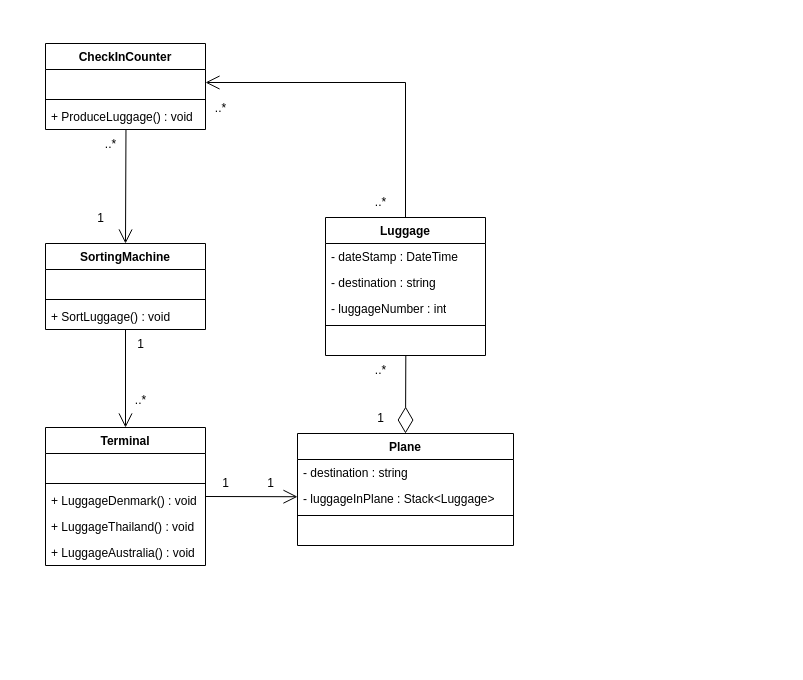
Above: Diagram/BagageSorteringsSystem.drawio in Danman05/Bagagesorteringssystem (draw.io), before the change. Source tidied: cells renumbered, new cells numbered last; positions are measured from the earlier drawing's top-left corner, leaving out a move shared by most shapes. Both pictures are drawn from the tidied source at 100%, with x=0, y=0 at pixel (45, 43).
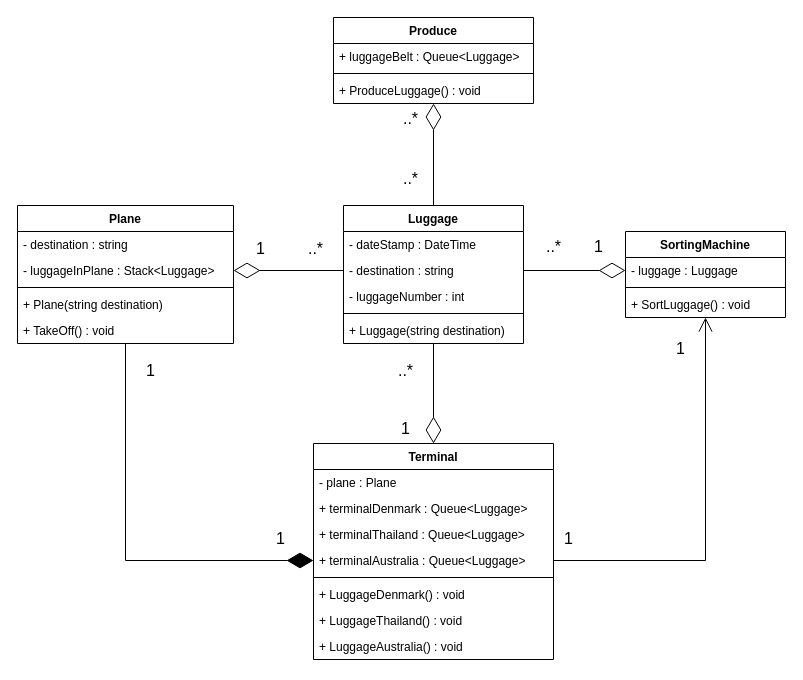
After the change.

The change refers to these unchanged cells:
```xml
<mxCell id="4" value="- luggageInPlane : Stack&amp;lt;Luggage&amp;gt;" style="text;strokeColor=none;fillColor=none;align=left;verticalAlign=top;spacingLeft=4;spacingRight=4;overflow=hidden;points=[[0,0.5],[1,0.5]];portConstraint=eastwest;whiteSpace=wrap;html=1;" parent="2" vertex="1">
  <mxGeometry y="52" width="216" height="26" as="geometry" />
</mxCell>
```

What changed in the source:
```diff
@@
+    <mxCell id="42" style="edgeStyle=orthogonalEdgeStyle;rounded=0;jettySize=auto;html=1;endArrow=diamondThin;endFill=1;endSize=24;entryX=0;entryY=0.5;entryDx=0;entryDy=0;" parent="1" edge="1" source="2" target="22">
+      <mxGeometry relative="1" as="geometry" />
+    </mxCell>
     <mxCell id="2" value="Plane" style="swimlane;fontStyle=1;align=center;verticalAlign=top;horizontal=1;startSize=26;whiteSpace=wrap;html=1;" parent="1" vertex="1">
-      <mxGeometry x="252" y="390" width="216" height="112" as="geometry" />
+      <mxGeometry x="-28" y="162" width="216" height="138" as="geometry" />
     </mxCell>
@@
-    <mxCell id="6" value="&amp;nbsp;" style="text;strokeColor=none;fillColor=none;align=left;verticalAlign=top;spacingLeft=4;spacingRight=4;overflow=hidden;whiteSpace=wrap;html=1;" parent="2" vertex="1">
+    <mxCell id="6" value="+ Plane(string destination)" style="text;strokeColor=none;fillColor=none;align=left;verticalAlign=top;spacingLeft=4;spacingRight=4;overflow=hidden;whiteSpace=wrap;html=1;" parent="2" vertex="1">
       <mxGeometry y="86" width="216" height="26" as="geometry" />
     </mxCell>
+    <mxCell id="43" value="+ TakeOff() : void" style="text;strokeColor=none;fillColor=none;align=left;verticalAlign=top;spacingLeft=4;spacingRight=4;overflow=hidden;whiteSpace=wrap;html=1;" parent="2" vertex="1">
+      <mxGeometry y="112" width="216" height="26" as="geometry" />
+    </mxCell>
     <mxCell id="7" value="Luggage" style="swimlane;fontStyle=1;align=center;verticalAlign=top;horizontal=1;startSize=26;whiteSpace=wrap;html=1;" parent="1" vertex="1">
-      <mxGeometry x="280" y="174" width="160" height="138" as="geometry" />
+      <mxGeometry x="298" y="162" width="180" height="138" as="geometry" />
     </mxCell>
     <mxCell id="8" value="- dateStamp : DateTime" style="text;strokeColor=none;fillColor=none;align=left;verticalAlign=top;spacingLeft=4;spacingRight=4;overflow=hidden;whiteSpace=wrap;html=1;" parent="7" vertex="1">
-      <mxGeometry y="26" width="160" height="26" as="geometry" />
+      <mxGeometry y="26" width="180" height="26" as="geometry" />
     </mxCell>
     <mxCell id="9" value="- destination : string" style="text;strokeColor=none;fillColor=none;align=left;verticalAlign=top;spacingLeft=4;spacingRight=4;overflow=hidden;points=[[0,0.5],[1,0.5]];portConstraint=eastwest;whiteSpace=wrap;html=1;" parent="7" vertex="1">
-      <mxGeometry y="52" width="160" height="26" as="geometry" />
+      <mxGeometry y="52" width="180" height="26" as="geometry" />
     </mxCell>
     <mxCell id="10" value="- luggageNumber : int" style="text;strokeColor=none;fillColor=none;align=left;verticalAlign=top;spacingLeft=4;spacingRight=4;overflow=hidden;whiteSpace=wrap;html=1;" parent="7" vertex="1">
-      <mxGeometry y="78" width="160" height="26" as="geometry" />
+      <mxGeometry y="78" width="180" height="26" as="geometry" />
     </mxCell>
     <mxCell id="11" style="line;strokeWidth=1;fillColor=none;align=left;verticalAlign=middle;spacingTop=-1;spacingLeft=3;spacingRight=3;labelPosition=right;strokeColor=inherit;" parent="7" vertex="1">
-      <mxGeometry y="104" width="160" height="8" as="geometry" />
+      <mxGeometry y="104" width="180" height="8" as="geometry" />
     </mxCell>
-    <mxCell id="12" value="&amp;nbsp;" style="text;strokeColor=none;fillColor=none;align=left;verticalAlign=top;spacingLeft=4;spacingRight=4;overflow=hidden;points=[[0,0.5],[1,0.5]];portConstraint=eastwest;whiteSpace=wrap;html=1;" parent="7" vertex="1">
-      <mxGeometry y="112" width="160" height="26" as="geometry" />
+    <mxCell id="12" value="+ Luggage(string destination)" style="text;strokeColor=none;fillColor=none;align=left;verticalAlign=top;spacingLeft=4;spacingRight=4;overflow=hidden;points=[[0,0.5],[1,0.5]];portConstraint=eastwest;whiteSpace=wrap;html=1;" parent="7" vertex="1">
+      <mxGeometry y="112" width="180" height="26" as="geometry" />
     </mxCell>
-    <mxCell id="13" value="CheckInCounter" style="swimlane;fontStyle=1;align=center;verticalAlign=top;horizontal=1;startSize=26;whiteSpace=wrap;html=1;" parent="1" vertex="1">
-      <mxGeometry width="160" height="86" as="geometry" />
+    <mxCell id="13" value="Produce" style="swimlane;fontStyle=1;align=center;verticalAlign=top;horizontal=1;startSize=26;whiteSpace=wrap;html=1;" parent="1" vertex="1">
+      <mxGeometry x="288" y="-26" width="200" height="86" as="geometry" />
     </mxCell>
-    <mxCell id="14" value="&amp;nbsp;" style="text;strokeColor=none;fillColor=none;align=left;verticalAlign=top;spacingLeft=4;spacingRight=4;overflow=hidden;points=[[0,0.5],[1,0.5]];portConstraint=eastwest;whiteSpace=wrap;html=1;" parent="13" vertex="1">
-      <mxGeometry y="26" width="160" height="26" as="geometry" />
+    <mxCell id="14" value="+ luggageBelt : Queue&amp;lt;Luggage&amp;gt;" style="text;strokeColor=none;fillColor=none;align=left;verticalAlign=top;spacingLeft=4;spacingRight=4;overflow=hidden;points=[[0,0.5],[1,0.5]];portConstraint=eastwest;whiteSpace=wrap;html=1;" parent="13" vertex="1">
+      <mxGeometry y="26" width="200" height="26" as="geometry" />
     </mxCell>
     <mxCell id="15" style="line;strokeWidth=1;fillColor=none;align=left;verticalAlign=middle;spacingTop=-1;spacingLeft=3;spacingRight=3;labelPosition=right;strokeColor=inherit;" parent="13" vertex="1">
-      <mxGeometry y="52" width="160" height="8" as="geometry" />
+      <mxGeometry y="52" width="200" height="8" as="geometry" />
     </mxCell>
     <mxCell id="16" value="+ ProduceLuggage() : void" style="text;strokeColor=none;fillColor=none;align=left;verticalAlign=top;spacingLeft=4;spacingRight=4;overflow=hidden;points=[[0,0.5],[1,0.5]];portConstraint=eastwest;whiteSpace=wrap;html=1;" parent="13" vertex="1">
-      <mxGeometry y="60" width="160" height="26" as="geometry" />
+      <mxGeometry y="60" width="200" height="26" as="geometry" />
     </mxCell>
     <mxCell id="17" value="SortingMachine" style="swimlane;fontStyle=1;align=center;verticalAlign=top;horizontal=1;startSize=26;whiteSpace=wrap;html=1;" parent="1" vertex="1">
-      <mxGeometry y="200" width="160" height="86" as="geometry" />
+      <mxGeometry x="580" y="188" width="160" height="86" as="geometry" />
     </mxCell>
-    <mxCell id="18" value="&amp;nbsp;" style="text;strokeColor=none;fillColor=none;align=left;verticalAlign=top;spacingLeft=4;spacingRight=4;overflow=hidden;points=[[0,0.5],[1,0.5]];portConstraint=eastwest;whiteSpace=wrap;html=1;" parent="17" vertex="1">
+    <mxCell id="18" value="- luggage : Luggage" style="text;strokeColor=none;fillColor=none;align=left;verticalAlign=top;spacingLeft=4;spacingRight=4;overflow=hidden;points=[[0,0.5],[1,0.5]];portConstraint=eastwest;whiteSpace=wrap;html=1;" parent="17" vertex="1">
       <mxGeometry y="26" width="160" height="26" as="geometry" />
     </mxCell>
@@
     <mxCell id="21" value="Terminal" style="swimlane;fontStyle=1;align=center;verticalAlign=top;horizontal=1;startSize=26;whiteSpace=wrap;html=1;" parent="1" vertex="1">
-      <mxGeometry y="384" width="160" height="138" as="geometry" />
+      <mxGeometry x="268" y="400" width="240" height="216" as="geometry" />
     </mxCell>
+    <mxCell id="44" value="- plane : Plane" style="text;strokeColor=none;fillColor=none;align=left;verticalAlign=top;spacingLeft=4;spacingRight=4;overflow=hidden;whiteSpace=wrap;html=1;" parent="21" vertex="1">
+      <mxGeometry y="26" width="240" height="26" as="geometry" />
+    </mxCell>
+    <mxCell id="45" value="+ terminalDenmark : Queue&amp;lt;Luggage&amp;gt;" style="text;strokeColor=none;fillColor=none;align=left;verticalAlign=top;spacingLeft=4;spacingRight=4;overflow=hidden;whiteSpace=wrap;html=1;" parent="21" vertex="1">
+      <mxGeometry y="52" width="240" height="26" as="geometry" />
+    </mxCell>
+    <mxCell id="46" value="+ terminalThailand : Queue&amp;lt;Luggage&amp;gt;" style="text;strokeColor=none;fillColor=none;align=left;verticalAlign=top;spacingLeft=4;spacingRight=4;overflow=hidden;whiteSpace=wrap;html=1;" parent="21" vertex="1">
+      <mxGeometry y="78" width="240" height="26" as="geometry" />
+    </mxCell>
-    <mxCell id="22" value="&amp;nbsp;" style="text;strokeColor=none;fillColor=none;align=left;verticalAlign=top;spacingLeft=4;spacingRight=4;overflow=hidden;points=[[0,0.5],[1,0.5]];portConstraint=eastwest;whiteSpace=wrap;html=1;" parent="21" vertex="1">
-      <mxGeometry y="26" width="160" height="26" as="geometry" />
+    <mxCell id="22" value="+ terminalAustralia : Queue&amp;lt;Luggage&amp;gt;" style="text;strokeColor=none;fillColor=none;align=left;verticalAlign=top;spacingLeft=4;spacingRight=4;overflow=hidden;points=[[0,0.5],[1,0.5]];portConstraint=eastwest;whiteSpace=wrap;html=1;" parent="21" vertex="1">
+      <mxGeometry y="104" width="240" height="26" as="geometry" />
     </mxCell>
     <mxCell id="23" style="line;strokeWidth=1;fillColor=none;align=left;verticalAlign=middle;spacingTop=-1;spacingLeft=3;spacingRight=3;labelPosition=right;strokeColor=inherit;" parent="21" vertex="1">
-      <mxGeometry y="52" width="160" height="8" as="geometry" />
+      <mxGeometry y="130" width="240" height="8" as="geometry" />
     </mxCell>
     <mxCell id="24" value="+ LuggageDenmark() : void" style="text;strokeColor=none;fillColor=none;align=left;verticalAlign=top;spacingLeft=4;spacingRight=4;overflow=hidden;whiteSpace=wrap;html=1;" parent="21" vertex="1">
-      <mxGeometry y="60" width="160" height="26" as="geometry" />
+      <mxGeometry y="138" width="240" height="26" as="geometry" />
     </mxCell>
     <mxCell id="25" value="+ LuggageThailand() : void" style="text;strokeColor=none;fillColor=none;align=left;verticalAlign=top;spacingLeft=4;spacingRight=4;overflow=hidden;whiteSpace=wrap;html=1;" parent="21" vertex="1">
-      <mxGeometry y="86" width="160" height="26" as="geometry" />
+      <mxGeometry y="164" width="240" height="26" as="geometry" />
     </mxCell>
     <mxCell id="26" value="+ LuggageAustralia() : void" style="text;strokeColor=none;fillColor=none;align=left;verticalAlign=top;spacingLeft=4;spacingRight=4;overflow=hidden;whiteSpace=wrap;html=1;" parent="21" vertex="1">
-      <mxGeometry y="112" width="160" height="26" as="geometry" />
+      <mxGeometry y="190" width="240" height="26" as="geometry" />
     </mxCell>
-    <mxCell id="27" style="endArrow=open;endFill=1;endSize=12;html=1;rounded=0;entryX=0.5;entryY=0;entryDx=0;entryDy=0;exitX=0.503;exitY=0.999;exitDx=0;exitDy=0;exitPerimeter=0;" parent="1" edge="1" source="16" target="17">
-      <mxGeometry relative="1" as="geometry" />
-    </mxCell>
-    <mxCell id="28" style="endArrow=open;endFill=1;endSize=12;html=1;rounded=0;exitX=0.5;exitY=1;exitDx=0;exitDy=0;entryX=0.5;entryY=0;entryDx=0;entryDy=0;" parent="1" edge="1" source="17" target="21">
+    <mxCell id="28" style="endArrow=open;endFill=1;endSize=12;html=1;rounded=0;exitX=1;exitY=0.5;exitDx=0;exitDy=0;edgeStyle=orthogonalEdgeStyle;" parent="1" edge="1" source="22" target="17">
       <mxGeometry relative="1" as="geometry" />
     </mxCell>
-    <mxCell id="29" style="endArrow=open;endFill=1;endSize=12;html=1;rounded=0;exitX=0.5;exitY=0;exitDx=0;exitDy=0;edgeStyle=orthogonalEdgeStyle;entryX=1;entryY=0.5;entryDx=0;entryDy=0;" parent="1" edge="1" source="7" target="14">
-      <mxGeometry relative="1" as="geometry" />
-    </mxCell>
-    <mxCell id="30" value="..*" style="text;html=1;align=center;verticalAlign=middle;strokeColor=none;fillColor=none;" parent="1" vertex="1">
-      <mxGeometry x="160" y="50" width="30" height="30" as="geometry" />
+    <mxCell id="30" value="..*" style="text;html=1;align=center;verticalAlign=middle;strokeColor=none;fillColor=none;fontSize=16;" parent="1" vertex="1">
+      <mxGeometry x="345" y="60" width="40" height="30" as="geometry" />
     </mxCell>
-    <mxCell id="31" value="..*" style="text;html=1;align=center;verticalAlign=middle;strokeColor=none;fillColor=none;" parent="1" vertex="1">
-      <mxGeometry x="320" y="144" width="30" height="30" as="geometry" />
+    <mxCell id="31" value="..*" style="text;html=1;align=center;verticalAlign=middle;strokeColor=none;fillColor=none;fontSize=16;" parent="1" vertex="1">
+      <mxGeometry x="345" y="120" width="40" height="30" as="geometry" />
     </mxCell>
-    <mxCell id="32" value="..*" style="text;html=1;align=center;verticalAlign=middle;strokeColor=none;fillColor=none;" parent="1" vertex="1">
-      <mxGeometry x="50" y="86" width="30" height="30" as="geometry" />
-    </mxCell>
-    <mxCell id="33" value="1" style="text;html=1;align=center;verticalAlign=middle;strokeColor=none;fillColor=none;" parent="1" vertex="1">
-      <mxGeometry x="40" y="160" width="30" height="30" as="geometry" />
-    </mxCell>
-    <mxCell id="34" style="endArrow=diamondThin;endFill=0;endSize=24;html=1;rounded=0;entryX=0.5;entryY=0;entryDx=0;entryDy=0;exitX=0.502;exitY=0.997;exitDx=0;exitDy=0;exitPerimeter=0;" parent="1" edge="1" source="12" target="2">
+    <mxCell id="34" style="endArrow=diamondThin;endFill=0;endSize=24;html=1;rounded=0;entryX=1;entryY=0.5;entryDx=0;entryDy=0;exitX=0;exitY=0.5;exitDx=0;exitDy=0;" parent="1" edge="1" source="9" target="4">
       <mxGeometry relative="1" as="geometry" />
     </mxCell>
-    <mxCell id="35" value="1" style="text;html=1;align=center;verticalAlign=middle;strokeColor=none;fillColor=none;" parent="1" vertex="1">
-      <mxGeometry x="320" y="360" width="30" height="30" as="geometry" />
+    <mxCell id="35" value="1" style="text;html=1;align=center;verticalAlign=middle;strokeColor=none;fillColor=none;fontSize=16;" parent="1" vertex="1">
+      <mxGeometry x="345" y="370" width="30" height="30" as="geometry" />
     </mxCell>
-    <mxCell id="36" value="..*" style="text;html=1;align=center;verticalAlign=middle;strokeColor=none;fillColor=none;" parent="1" vertex="1">
-      <mxGeometry x="320" y="312" width="30" height="30" as="geometry" />
+    <mxCell id="36" value="..*" style="text;html=1;align=center;verticalAlign=middle;strokeColor=none;fillColor=none;fontSize=16;" parent="1" vertex="1">
+      <mxGeometry x="340" y="312" width="40" height="30" as="geometry" />
     </mxCell>
-    <mxCell id="37" style="endArrow=open;endFill=1;endSize=12;html=1;rounded=0;exitX=1;exitY=0.5;exitDx=0;exitDy=0;entryX=0;entryY=0.432;entryDx=0;entryDy=0;entryPerimeter=0;" parent="1" edge="1" source="21" target="4">
-      <mxGeometry relative="1" as="geometry" />
-    </mxCell>
-    <mxCell id="38" value="1" style="text;html=1;align=center;verticalAlign=middle;strokeColor=none;fillColor=none;" parent="1" vertex="1">
-      <mxGeometry x="165" y="425" width="30" height="30" as="geometry" />
+    <mxCell id="38" value="1" style="text;html=1;align=center;verticalAlign=middle;strokeColor=none;fillColor=none;fontSize=16;" parent="1" vertex="1">
+      <mxGeometry x="90" y="312" width="30" height="30" as="geometry" />
     </mxCell>
-    <mxCell id="39" value="1" style="text;html=1;align=center;verticalAlign=middle;strokeColor=none;fillColor=none;" parent="1" vertex="1">
-      <mxGeometry x="210" y="425" width="30" height="30" as="geometry" />
-    </mxCell>
-    <mxCell id="40" value="1" style="text;html=1;align=center;verticalAlign=middle;strokeColor=none;fillColor=none;" parent="1" vertex="1">
-      <mxGeometry x="80" y="286" width="30" height="30" as="geometry" />
+    <mxCell id="40" value="1" style="text;html=1;align=center;verticalAlign=middle;strokeColor=none;fillColor=none;fontSize=16;" parent="1" vertex="1">
+      <mxGeometry x="220" y="480" width="30" height="30" as="geometry" />
     </mxCell>
-    <mxCell id="41" value="..*" style="text;html=1;align=center;verticalAlign=middle;strokeColor=none;fillColor=none;" parent="1" vertex="1">
-      <mxGeometry x="80" y="342" width="30" height="30" as="geometry" />
+    <mxCell id="41" value="..*" style="text;html=1;align=center;verticalAlign=middle;strokeColor=none;fillColor=none;fontSize=16;" parent="1" vertex="1">
+      <mxGeometry x="488" y="188" width="40" height="30" as="geometry" />
     </mxCell>
+    <mxCell id="47" style="endArrow=diamondThin;endFill=0;endSize=24;html=1;rounded=0;exitX=0.5;exitY=0;exitDx=0;exitDy=0;entryX=0.5;entryY=1;entryDx=0;entryDy=0;" parent="1" edge="1" source="7" target="13">
+      <mxGeometry relative="1" as="geometry" />
+    </mxCell>
+    <mxCell id="48" style="endArrow=diamondThin;endFill=0;endSize=24;html=1;rounded=0;entryX=0;entryY=0.5;entryDx=0;entryDy=0;exitX=1;exitY=0.5;exitDx=0;exitDy=0;" parent="1" edge="1" source="9" target="18">
+      <mxGeometry relative="1" as="geometry" />
+    </mxCell>
+    <mxCell id="49" value="1" style="text;html=1;align=center;verticalAlign=middle;strokeColor=none;fillColor=none;fontSize=16;" parent="1" vertex="1">
+      <mxGeometry x="200" y="190" width="30" height="30" as="geometry" />
+    </mxCell>
+    <mxCell id="32" value="..*" style="text;html=1;align=center;verticalAlign=middle;strokeColor=none;fillColor=none;fontSize=16;" parent="1" vertex="1">
+      <mxGeometry x="250" y="190" width="40" height="30" as="geometry" />
+    </mxCell>
+    <mxCell id="50" style="endArrow=diamondThin;endFill=0;endSize=24;html=1;rounded=0;entryX=0.5;entryY=0;entryDx=0;entryDy=0;" parent="1" edge="1" source="7" target="21">
+      <mxGeometry relative="1" as="geometry" />
+    </mxCell>
+    <mxCell id="51" value="1" style="text;html=1;align=center;verticalAlign=middle;strokeColor=none;fillColor=none;fontSize=16;" parent="1" vertex="1">
+      <mxGeometry x="508" y="480" width="30" height="30" as="geometry" />
+    </mxCell>
+    <mxCell id="52" value="1" style="text;html=1;align=center;verticalAlign=middle;strokeColor=none;fillColor=none;fontSize=16;" parent="1" vertex="1">
+      <mxGeometry x="620" y="290" width="30" height="30" as="geometry" />
+    </mxCell>
+    <mxCell id="53" value="1" style="text;html=1;align=center;verticalAlign=middle;strokeColor=none;fillColor=none;fontSize=16;" parent="1" vertex="1">
+      <mxGeometry x="538" y="188" width="30" height="30" as="geometry" />
+    </mxCell>
```
